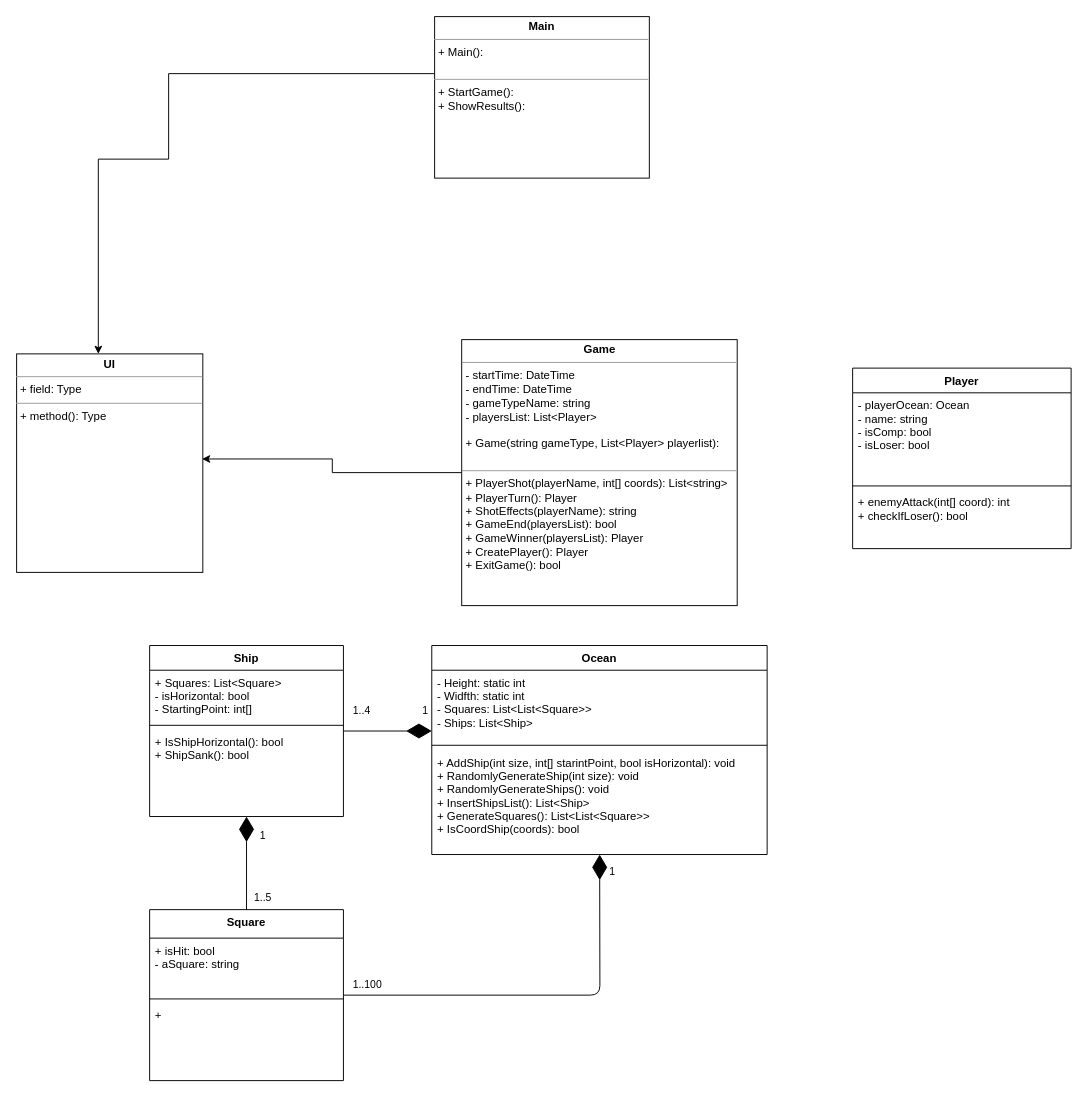
Earlier version of the draw.io diagram specifications/UML_Battleship.drawio (CodecoolGlobal/battle-ship-in-the-oo-way-war_ships). Source tidied: cells renumbered, new cells numbered last; positions are measured from the earlier drawing's top-left corner, leaving out a move shared by most shapes. Both pictures are drawn from the tidied source at 95%, with x=0, y=0 at pixel (16, 16).
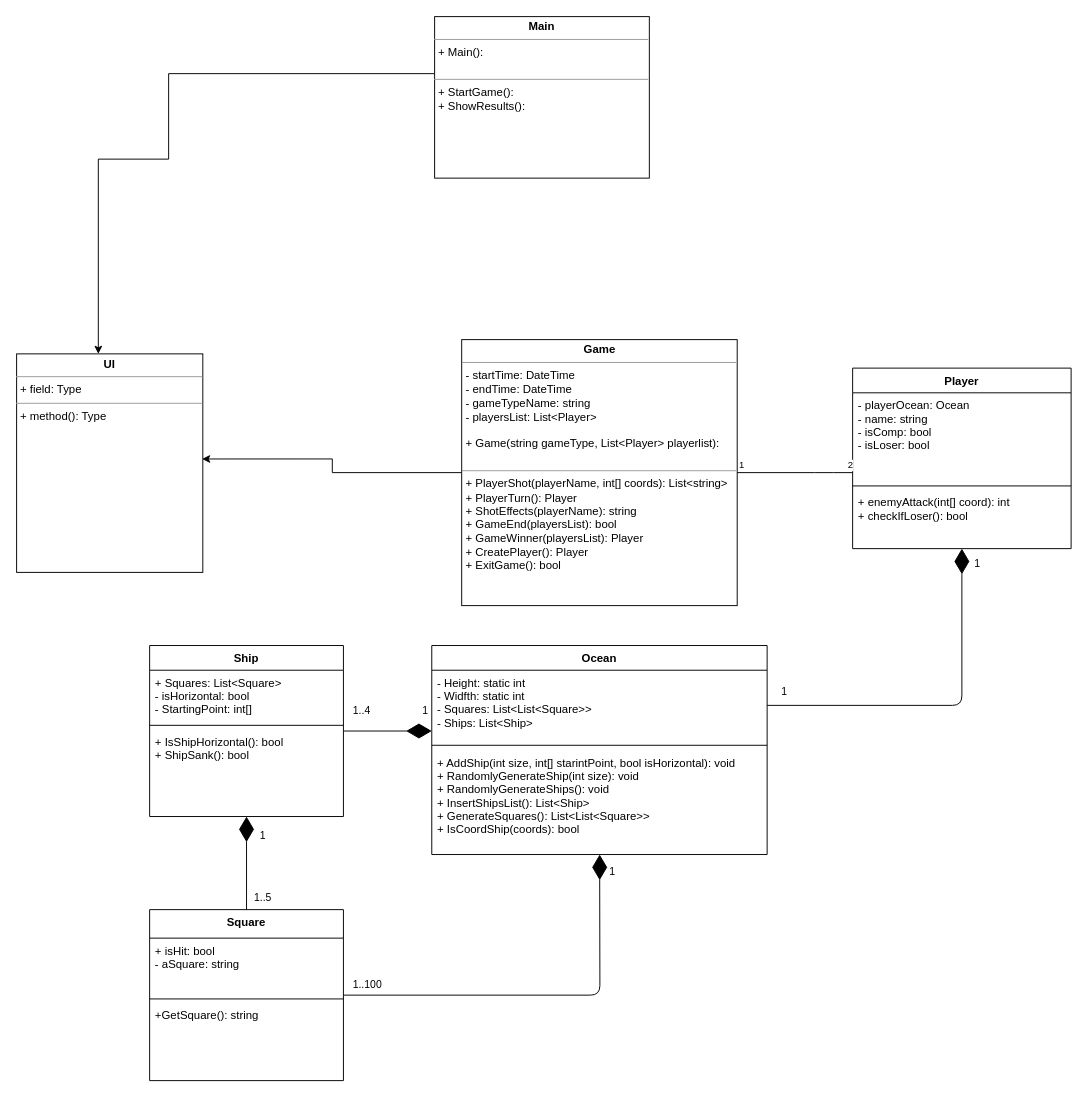
Above is the later version.

The change refers to these unchanged cells:
```xml
<mxCell id="3" value="- Height: static int&#10;- Widfth: static int&#10;- Squares: List&lt;List&lt;Square&gt;&gt;&#10;- Ships: List&lt;Ship&gt; &#10;&#10;" style="text;strokeColor=none;fillColor=none;align=left;verticalAlign=top;spacingLeft=4;spacingRight=4;overflow=hidden;points=[[0,0.5],[1,0.5]];portConstraint=eastwest;" parent="2" vertex="1">
  <mxGeometry y="26" width="353" height="74" as="geometry" />
</mxCell>
<mxCell id="6" value="Square" style="swimlane;fontStyle=1;align=center;verticalAlign=top;horizontal=1;startSize=30;" parent="1" vertex="1">
  <mxGeometry x="140" y="940" width="204" height="180" as="geometry" />
</mxCell>
<mxCell id="11" value="&lt;p style=&quot;margin: 0px ; margin-top: 4px ; text-align: center&quot;&gt;&lt;b&gt;Game&lt;/b&gt;&lt;/p&gt;&lt;hr size=&quot;1&quot;&gt;&lt;p style=&quot;margin: 0px ; margin-left: 4px&quot;&gt;- startTime: DateTime&lt;/p&gt;&lt;p style=&quot;margin: 0px ; margin-left: 4px&quot;&gt;- endTime: DateTime&lt;/p&gt;&lt;p style=&quot;margin: 0px ; margin-left: 4px&quot;&gt;- gameTypeName: string&lt;/p&gt;&lt;p style=&quot;margin: 0px ; margin-left: 4px&quot;&gt;- playersList: List&amp;lt;Player&amp;gt;&lt;/p&gt;&lt;p style=&quot;margin: 0px ; margin-left: 4px&quot;&gt;&lt;br&gt;&lt;/p&gt;&lt;p style=&quot;margin: 0px ; margin-left: 4px&quot;&gt;+ Game(string gameType, List&amp;lt;Player&amp;gt; playerlist):&lt;br&gt;&lt;/p&gt;&lt;p style=&quot;margin: 0px ; margin-left: 4px&quot;&gt;&lt;br&gt;&lt;/p&gt;&lt;hr size=&quot;1&quot;&gt;&lt;p style=&quot;margin: 0px ; margin-left: 4px&quot;&gt;+ PlayerShot(playerName, int[] coords): List&amp;lt;string&amp;gt;&lt;/p&gt;&lt;p style=&quot;margin: 0px ; margin-left: 4px&quot;&gt;+ PlayerTurn(): Player&lt;/p&gt;&lt;p style=&quot;margin: 0px ; margin-left: 4px&quot;&gt;+ ShotEffects(playerName): string&lt;/p&gt;&lt;p style=&quot;margin: 0px ; margin-left: 4px&quot;&gt;+ GameEnd(playersList): bool&lt;br&gt;&lt;/p&gt;&lt;p style=&quot;margin: 0px ; margin-left: 4px&quot;&gt;+ GameWinner(playersList): Player&lt;/p&gt;&lt;p style=&quot;margin: 0px ; margin-left: 4px&quot;&gt;+ CreatePlayer(): Player&lt;/p&gt;&lt;p style=&quot;margin: 0px ; margin-left: 4px&quot;&gt;+ ExitGame(): bool&lt;br&gt;&lt;/p&gt;" style="verticalAlign=top;align=left;overflow=fill;fontSize=12;fontFamily=Helvetica;html=1;" parent="1" vertex="1">
  <mxGeometry x="468.5" y="340" width="290" height="280" as="geometry" />
</mxCell>
<mxCell id="15" value="Player" style="swimlane;fontStyle=1;align=center;verticalAlign=top;horizontal=1;startSize=26;" parent="1" vertex="1">
  <mxGeometry x="880" y="370" width="230" height="190" as="geometry" />
</mxCell>
```

Change to the diagram source:
```diff
@@
-    <mxCell id="9" value="+ " style="text;strokeColor=none;fillColor=none;align=left;verticalAlign=top;spacingLeft=4;spacingRight=4;overflow=hidden;" parent="6" vertex="1">
+    <mxCell id="9" value="+GetSquare(): string" style="text;strokeColor=none;fillColor=none;align=left;verticalAlign=top;spacingLeft=4;spacingRight=4;overflow=hidden;" parent="6" vertex="1">
       <mxGeometry y="98" width="204" height="82" as="geometry" />
     </mxCell>
@@
+    <mxCell id="32" style="edgeStyle=orthogonalEdgeStyle;rounded=1;jettySize=auto;html=1;endFill=1;endArrow=diamondThin;endSize=24;" parent="1" edge="1" source="3" target="15">
+      <mxGeometry relative="1" as="geometry" />
+    </mxCell>
+    <mxCell id="33" value="1" style="edgeLabel;html=1;align=center;verticalAlign=middle;" parent="32" vertex="1">
+      <mxGeometry x="0.92" y="1" relative="1" as="geometry">
+        <mxPoint x="16" as="offset" />
+      </mxGeometry>
+    </mxCell>
+    <mxCell id="34" value="1" style="edgeLabel;html=1;align=center;verticalAlign=middle;" parent="32" vertex="1">
+      <mxGeometry x="-0.91" relative="1" as="geometry">
+        <mxPoint y="-15" as="offset" />
+      </mxGeometry>
+    </mxCell>
+    <mxCell id="35" style="endArrow=none;html=1;edgeStyle=orthogonalEdgeStyle;" parent="1" edge="1" source="11" target="15">
+      <mxGeometry relative="1" as="geometry">
+        <Array as="points">
+          <mxPoint x="850" y="480" />
+          <mxPoint x="850" y="480" />
+        </Array>
+      </mxGeometry>
+    </mxCell>
+    <mxCell id="36" value="1" style="html=1;align=left;verticalAlign=bottom;labelBackgroundColor=#ffffff;fontSize=10;" parent="35" vertex="1">
+      <mxGeometry x="-1" relative="1" as="geometry" />
+    </mxCell>
+    <mxCell id="37" value="2" style="html=1;align=right;verticalAlign=bottom;labelBackgroundColor=#ffffff;fontSize=10;" parent="35" vertex="1">
+      <mxGeometry x="1" relative="1" as="geometry" />
+    </mxCell>
```
